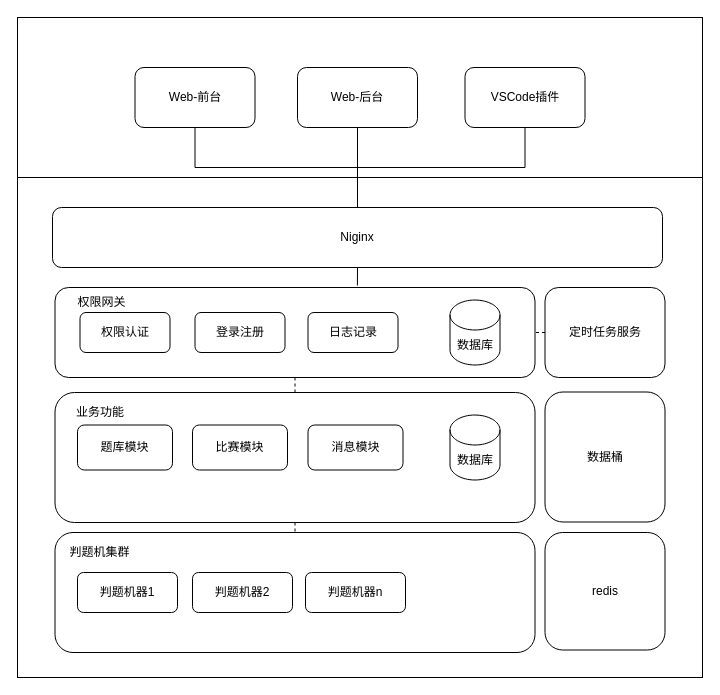
This is docs/draw/sys.drawio from learning-hub/learning-hub, a draw.io file, before an edit. Source tidied: cells renumbered, new cells numbered last; positions are measured from the earlier drawing's top-left corner, leaving out a move shared by most shapes. Both pictures are drawn from the tidied source at 100%, with x=0, y=0 at pixel (17, 17).
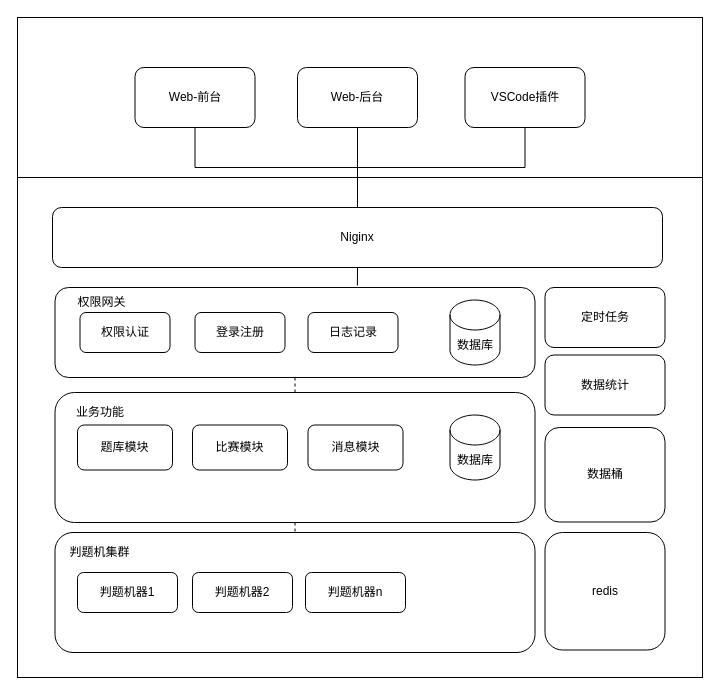
After the change.

Unchanged cells that the change refers to:
```xml
<mxCell id="11" style="rounded=1;whiteSpace=wrap;html=1;" parent="1" vertex="1">
  <mxGeometry x="37.5" y="270" width="480" height="90" as="geometry" />
</mxCell>
```

The edit, as a diff of the source:
```diff
@@
-    <mxCell id="29" style="edgeStyle=orthogonalEdgeStyle;rounded=0;sketch=0;jettySize=auto;html=1;exitX=0;exitY=0.5;exitDx=0;exitDy=0;entryX=1;entryY=0.5;entryDx=0;entryDy=0;dashed=1;endArrow=none;endFill=0;" parent="1" edge="1" source="30" target="11">
-      <mxGeometry relative="1" as="geometry" />
-    </mxCell>
-    <mxCell id="30" value="定时任务服务" style="rounded=1;whiteSpace=wrap;html=1;" parent="1" vertex="1">
-      <mxGeometry x="527.5" y="270" width="120" height="90" as="geometry" />
+    <mxCell id="30" value="定时任务" style="rounded=1;whiteSpace=wrap;html=1;" parent="1" vertex="1">
+      <mxGeometry x="527.5" y="270" width="120" height="60" as="geometry" />
     </mxCell>
@@
     <mxCell id="34" value="数据桶" style="rounded=1;whiteSpace=wrap;html=1;" parent="1" vertex="1">
-      <mxGeometry x="527.5" y="374.5" width="120" height="130" as="geometry" />
+      <mxGeometry x="527.5" y="410" width="120" height="94.5" as="geometry" />
     </mxCell>
+    <mxCell id="35" value="数据统计" style="rounded=1;whiteSpace=wrap;html=1;" parent="1" vertex="1">
+      <mxGeometry x="527.5" y="337.5" width="120" height="60" as="geometry" />
+    </mxCell>
```
